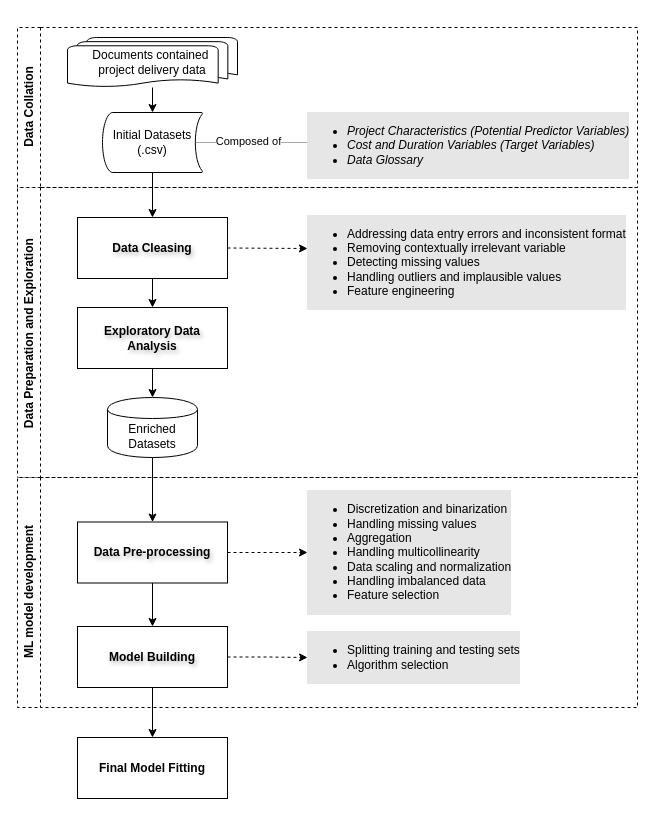
datou7119/Figures keeps this draw.io diagram as research framework.drawio. Above is the earlier version. Source tidied: cells renumbered, new cells numbered last; positions are measured from the earlier drawing's top-left corner, leaving out a move shared by most shapes. Both pictures are drawn from the tidied source at 100%, with x=0, y=0 at pixel (17, 27).
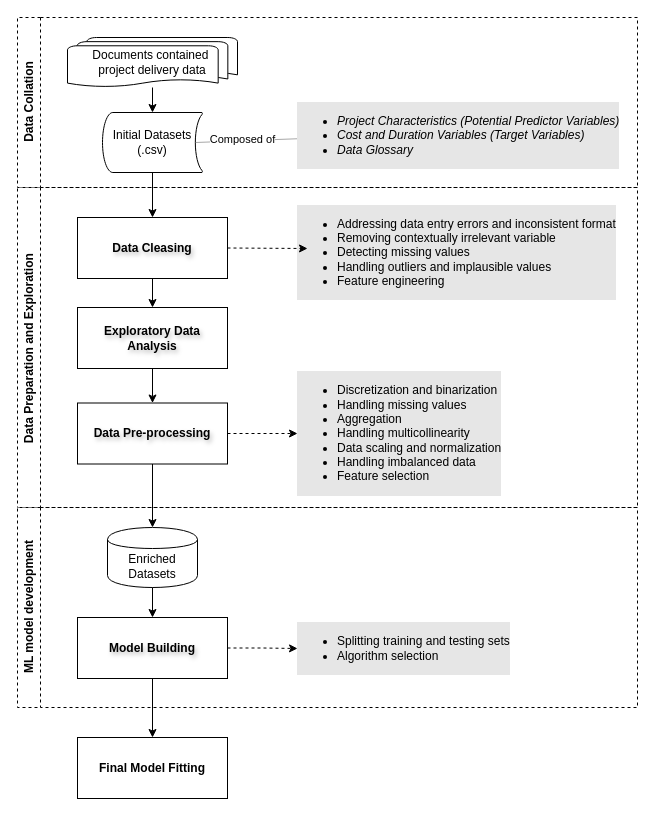
Above is the later version.

Unchanged cells that the change refers to:
```xml
<mxCell id="11" value="Exploratory Data Analysis" style="whiteSpace=wrap;html=1;fontStyle=1;textShadow=1;" parent="8" vertex="1">
  <mxGeometry x="60" y="120" width="150" height="61" as="geometry" />
</mxCell>
```

The edit, as a diff of the source:
```diff
@@
-    <mxCell id="2" style="edgeStyle=orthogonalEdgeStyle;rounded=0;jettySize=auto;html=1;" parent="1" edge="1" source="7" target="19">
-      <mxGeometry relative="1" as="geometry" />
-    </mxCell>
-    <mxCell id="3" value="&lt;blockquote style=&quot;margin: 0px 0px 0px 40px; border: none; padding: 0px; font-size: 12px;&quot;&gt;&lt;/blockquote&gt;&lt;ul style=&quot;font-size: 12px;&quot;&gt;&lt;li style=&quot;font-size: 12px;&quot;&gt;&lt;i&gt;Project Characteristics (Potential Predictor Variables)&lt;/i&gt;&lt;/li&gt;&lt;li style=&quot;font-size: 12px;&quot;&gt;&lt;i&gt;Cost and Duration Variables (Target Variables)&lt;/i&gt;&lt;/li&gt;&lt;li style=&quot;font-size: 12px;&quot;&gt;&lt;i&gt;Data Glossary&lt;/i&gt;&lt;/li&gt;&lt;/ul&gt;&lt;blockquote style=&quot;margin: 0px 0px 0px 40px; border: none; padding: 0px; font-size: 12px;&quot;&gt;&lt;/blockquote&gt;&lt;blockquote style=&quot;margin: 0px 0px 0px 40px; border: none; padding: 0px; font-size: 12px;&quot;&gt;&lt;/blockquote&gt;&lt;blockquote style=&quot;margin: 0px 0px 0px 40px; border: none; padding: 0px; font-size: 12px;&quot;&gt;&lt;/blockquote&gt;" style="text;html=1;align=left;verticalAlign=top;points=[];labelBackgroundColor=#E6E6E6;labelBorderColor=none;spacingTop=0;spacingLeft=0;spacingRight=2;flipV=1;flipH=1;imageWidth=17;imageHeight=20;imageAspect=0;fontSize=12;spacing=0;" parent="1" vertex="1">
-      <mxGeometry x="290" y="80" width="340" height="70" as="geometry" />
-    </mxCell>
@@
-    <mxCell id="6" style="edgeStyle=orthogonalEdgeStyle;rounded=0;jettySize=auto;html=1;" parent="1" edge="1" source="11" target="7">
+    <mxCell id="6" style="edgeStyle=orthogonalEdgeStyle;rounded=0;jettySize=auto;html=1;exitX=0.5;exitY=1;exitDx=0;exitDy=0;" parent="1" edge="1" source="19" target="7">
       <mxGeometry relative="1" as="geometry" />
     </mxCell>
-    <mxCell id="7" value="Enriched Datasets" style="shape=cylinder;whiteSpace=wrap;html=1;boundedLbl=1;backgroundOutline=1;" parent="1" vertex="1">
-      <mxGeometry x="90" y="370" width="90" height="60" as="geometry" />
-    </mxCell>
     <mxCell id="8" value="&lt;span style=&quot;text-wrap: nowrap;&quot;&gt;Data Preparation and Exploration&amp;nbsp;&lt;/span&gt;" style="swimlane;horizontal=0;whiteSpace=wrap;html=1;dashed=1;" parent="1" vertex="1">
-      <mxGeometry y="160" width="620" height="290" as="geometry" />
+      <mxGeometry y="160" width="620" height="320" as="geometry" />
     </mxCell>
     <mxCell id="9" value="&lt;ul style=&quot;&quot;&gt;&lt;li&gt;Addressing data entry errors and inconsistent format&lt;/li&gt;&lt;li style=&quot;&quot;&gt;Removing contextually irrelevant variable&lt;/li&gt;&lt;li style=&quot;&quot;&gt;&lt;span style=&quot;&quot;&gt;Detecting missing values&lt;/span&gt;&lt;/li&gt;&lt;li style=&quot;&quot;&gt;Handling outliers and implausible values&lt;/li&gt;&lt;li style=&quot;&quot;&gt;Feature engineering&lt;/li&gt;&lt;/ul&gt;" style="text;html=1;align=left;verticalAlign=middle;strokeColor=none;fillColor=none;labelBackgroundColor=#E6E6E6;spacingRight=2;spacingLeft=0;fontSize=12;spacing=0;" parent="8" vertex="1">
-      <mxGeometry x="290" y="20" width="340" height="110" as="geometry" />
+      <mxGeometry x="280" y="10" width="340" height="110" as="geometry" />
     </mxCell>
@@
+    <mxCell id="19" value="Data Pre-processing" style="whiteSpace=wrap;html=1;fontStyle=1;textShadow=1;" parent="8" vertex="1">
+      <mxGeometry x="60" y="215.5" width="150" height="61" as="geometry" />
+    </mxCell>
+    <mxCell id="20" value="&lt;ul style=&quot;font-size: 12px;&quot;&gt;&lt;li style=&quot;font-size: 12px;&quot;&gt;&lt;span style=&quot;font-size: 12px;&quot;&gt;Discretization and binarization&amp;nbsp;&lt;/span&gt;&lt;/li&gt;&lt;li style=&quot;font-size: 12px;&quot;&gt;Handling missing values&lt;/li&gt;&lt;li&gt;Aggregation&lt;/li&gt;&lt;li style=&quot;font-size: 12px;&quot;&gt;Handling multicollinearity&lt;/li&gt;&lt;li style=&quot;font-size: 12px;&quot;&gt;Data scaling and normalization&lt;/li&gt;&lt;li style=&quot;font-size: 12px;&quot;&gt;Handling imbalanced data&lt;/li&gt;&lt;li style=&quot;font-size: 12px;&quot;&gt;Feature selection&lt;/li&gt;&lt;/ul&gt;" style="text;html=1;align=left;verticalAlign=middle;points=[];strokeColor=none;fillColor=none;labelBackgroundColor=#E6E6E6;spacingRight=2;spacingLeft=0;fontSize=12;spacing=0;" parent="8" vertex="1">
+      <mxGeometry x="280" y="181" width="220" height="130" as="geometry" />
+    </mxCell>
+    <mxCell id="21" style="edgeStyle=orthogonalEdgeStyle;rounded=0;jettySize=auto;html=1;dashed=1;" parent="8" edge="1" source="19" target="20">
+      <mxGeometry relative="1" as="geometry" />
+    </mxCell>
+    <mxCell id="29" style="endArrow=classic;html=1;rounded=0;entryX=0.5;entryY=0;entryDx=0;entryDy=0;exitX=0.5;exitY=1;exitDx=0;exitDy=0;" parent="8" edge="1" source="11" target="19">
+      <mxGeometry relative="1" as="geometry" />
+    </mxCell>
@@
     <mxCell id="17" value="&lt;span style=&quot;text-wrap: nowrap;&quot;&gt;Data Collation&lt;/span&gt;" style="swimlane;horizontal=0;whiteSpace=wrap;html=1;dashed=1;" parent="1" vertex="1">
-      <mxGeometry width="620" height="160" as="geometry" />
+      <mxGeometry y="-10" width="620" height="170" as="geometry" />
     </mxCell>
+    <mxCell id="3" value="&lt;blockquote style=&quot;margin: 0px 0px 0px 40px; border: none; padding: 0px; font-size: 12px;&quot;&gt;&lt;/blockquote&gt;&lt;ul style=&quot;font-size: 12px;&quot;&gt;&lt;li style=&quot;font-size: 12px;&quot;&gt;&lt;i&gt;Project Characteristics (Potential Predictor Variables)&lt;/i&gt;&lt;/li&gt;&lt;li style=&quot;font-size: 12px;&quot;&gt;&lt;i&gt;Cost and Duration Variables (Target Variables)&lt;/i&gt;&lt;/li&gt;&lt;li style=&quot;font-size: 12px;&quot;&gt;&lt;i&gt;Data Glossary&lt;/i&gt;&lt;/li&gt;&lt;/ul&gt;&lt;blockquote style=&quot;margin: 0px 0px 0px 40px; border: none; padding: 0px; font-size: 12px;&quot;&gt;&lt;/blockquote&gt;&lt;blockquote style=&quot;margin: 0px 0px 0px 40px; border: none; padding: 0px; font-size: 12px;&quot;&gt;&lt;/blockquote&gt;&lt;blockquote style=&quot;margin: 0px 0px 0px 40px; border: none; padding: 0px; font-size: 12px;&quot;&gt;&lt;/blockquote&gt;" style="text;html=1;align=left;verticalAlign=top;points=[];labelBackgroundColor=#E6E6E6;labelBorderColor=none;spacingTop=0;spacingLeft=0;spacingRight=2;flipV=1;flipH=1;imageWidth=17;imageHeight=20;imageAspect=0;fontSize=12;spacing=0;" parent="17" vertex="1">
+      <mxGeometry x="280" y="80" width="340" height="70" as="geometry" />
+    </mxCell>
     <mxCell id="18" value="&lt;span style=&quot;text-wrap: nowrap;&quot;&gt;ML model development&lt;/span&gt;" style="swimlane;horizontal=0;whiteSpace=wrap;html=1;dashed=1;" parent="1" vertex="1">
-      <mxGeometry y="450" width="620" height="230" as="geometry" />
+      <mxGeometry y="480" width="620" height="200" as="geometry" />
     </mxCell>
-    <mxCell id="19" value="Data Pre-processing" style="whiteSpace=wrap;html=1;fontStyle=1;textShadow=1;" parent="18" vertex="1">
-      <mxGeometry x="60" y="44.5" width="150" height="61" as="geometry" />
-    </mxCell>
-    <mxCell id="20" value="&lt;ul style=&quot;font-size: 12px;&quot;&gt;&lt;li style=&quot;font-size: 12px;&quot;&gt;&lt;span style=&quot;font-size: 12px;&quot;&gt;Discretization and binarization&amp;nbsp;&lt;/span&gt;&lt;/li&gt;&lt;li style=&quot;font-size: 12px;&quot;&gt;Handling missing values&lt;/li&gt;&lt;li&gt;Aggregation&lt;/li&gt;&lt;li style=&quot;font-size: 12px;&quot;&gt;Handling multicollinearity&lt;/li&gt;&lt;li style=&quot;font-size: 12px;&quot;&gt;Data scaling and normalization&lt;/li&gt;&lt;li style=&quot;font-size: 12px;&quot;&gt;Handling imbalanced data&lt;/li&gt;&lt;li style=&quot;font-size: 12px;&quot;&gt;Feature selection&lt;/li&gt;&lt;/ul&gt;" style="text;html=1;align=left;verticalAlign=middle;points=[];strokeColor=none;fillColor=none;labelBackgroundColor=#E6E6E6;spacingRight=2;spacingLeft=0;fontSize=12;spacing=0;" parent="18" vertex="1">
-      <mxGeometry x="290" y="10" width="220" height="130" as="geometry" />
-    </mxCell>
-    <mxCell id="21" style="edgeStyle=orthogonalEdgeStyle;rounded=0;jettySize=auto;html=1;dashed=1;" parent="18" edge="1" source="19" target="20">
-      <mxGeometry relative="1" as="geometry" />
-    </mxCell>
     <mxCell id="22" value="Model Building" style="whiteSpace=wrap;html=1;fontStyle=1;textShadow=1;" parent="18" vertex="1">
-      <mxGeometry x="60" y="149" width="150" height="61" as="geometry" />
+      <mxGeometry x="60" y="110" width="150" height="61" as="geometry" />
     </mxCell>
-    <mxCell id="23" style="edgeStyle=orthogonalEdgeStyle;rounded=0;jettySize=auto;html=1;" parent="18" edge="1" source="19" target="22">
-      <mxGeometry relative="1" as="geometry" />
-    </mxCell>
     <mxCell id="24" value="&lt;ul style=&quot;font-size: 12px;&quot;&gt;&lt;li style=&quot;font-size: 12px;&quot;&gt;&lt;span style=&quot;font-size: 12px;&quot;&gt;Splitting training and testing sets&lt;/span&gt;&lt;/li&gt;&lt;li&gt;Algorithm selection&lt;br&gt;&lt;/li&gt;&lt;/ul&gt;" style="text;html=1;align=left;verticalAlign=middle;points=[];strokeColor=none;fillColor=none;labelBackgroundColor=#E6E6E6;spacingRight=2;spacingLeft=0;fontSize=12;spacing=0;" parent="18" vertex="1">
-      <mxGeometry x="290" y="150" width="230" height="60" as="geometry" />
+      <mxGeometry x="280" y="111" width="230" height="60" as="geometry" />
     </mxCell>
@@
+    <mxCell id="7" value="Enriched Datasets" style="shape=cylinder;whiteSpace=wrap;html=1;boundedLbl=1;backgroundOutline=1;" parent="18" vertex="1">
+      <mxGeometry x="90" y="20" width="90" height="60" as="geometry" />
+    </mxCell>
+    <mxCell id="23" style="edgeStyle=orthogonalEdgeStyle;rounded=0;jettySize=auto;html=1;exitX=0.5;exitY=1;exitDx=0;exitDy=0;" parent="18" edge="1" source="7" target="22">
+      <mxGeometry relative="1" as="geometry" />
+    </mxCell>
```
